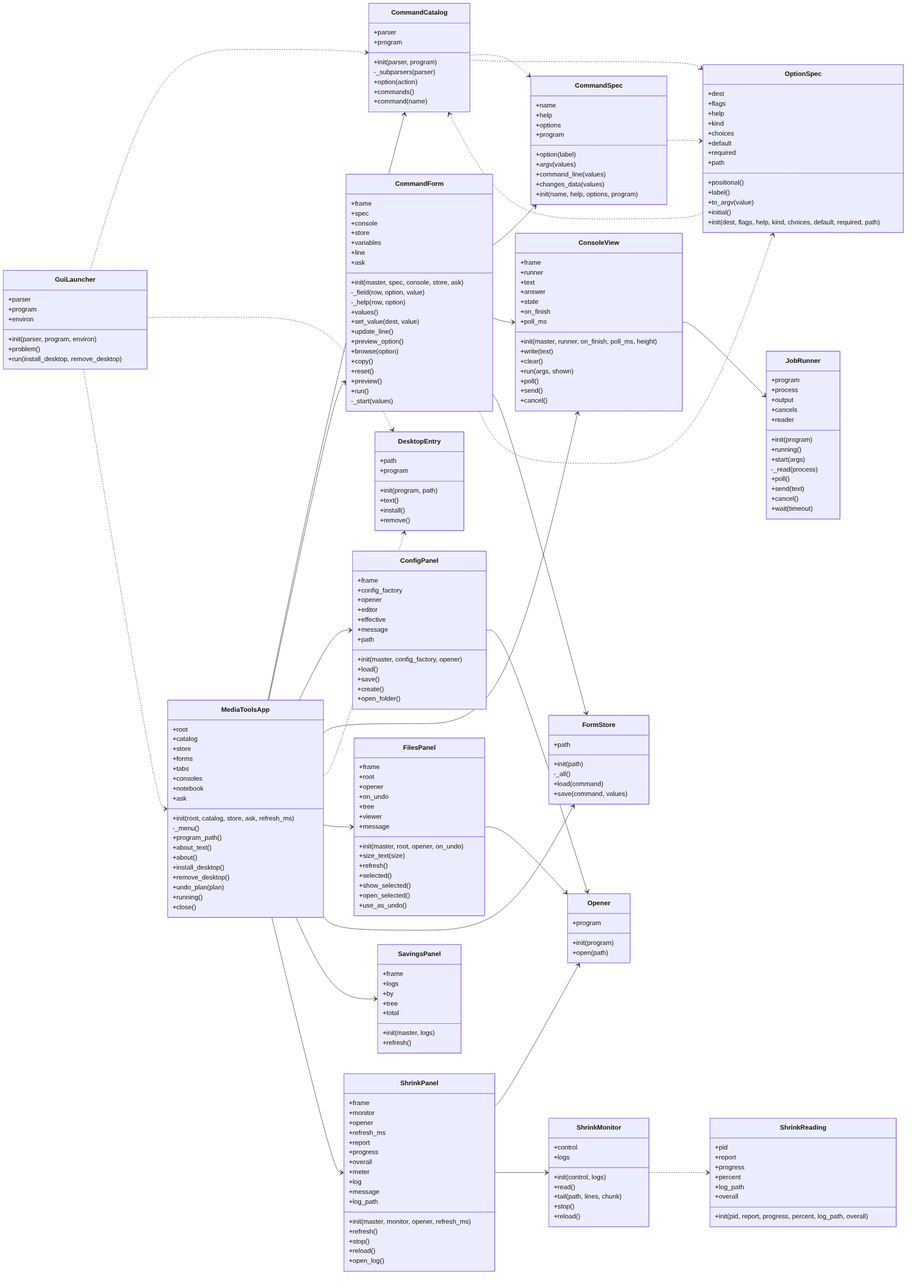
Before: docs/img/uml_gui.png, a diagram exported from Mermaid (peddanet/mediatools). Its source is kept beside it as docs/img/uml_gui.mmd.
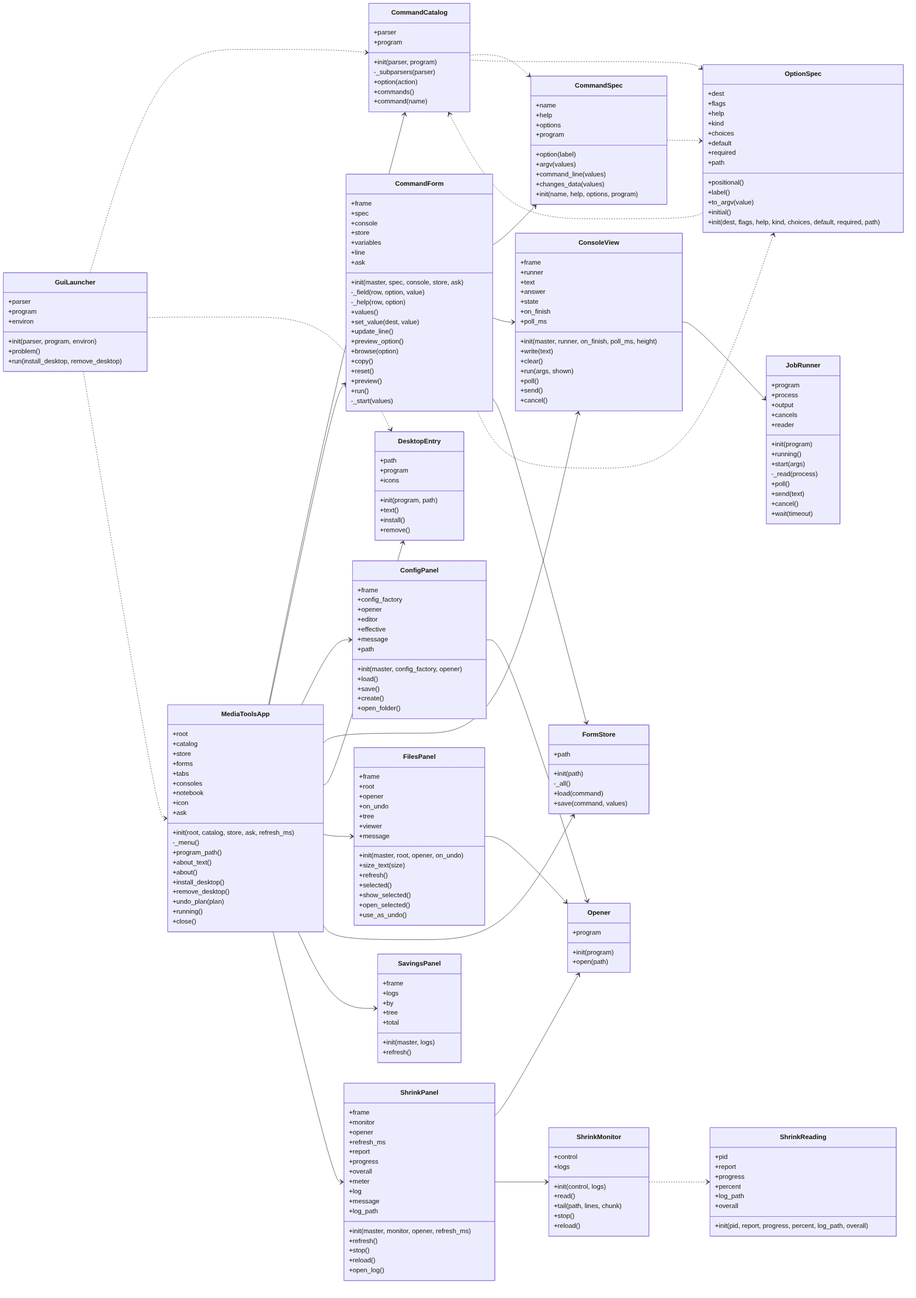
After the change.

The edit, as a diff of the source:
```diff
@@ -8,6 +8,7 @@
     +tabs
     +consoles
     +notebook
+    +icon
     +ask
     +init(root, catalog, store, ask, refresh_ms)
     -_menu()
@@ -95,6 +96,7 @@
   class DesktopEntry {
     +path
     +program
+    +icons
     +init(program, path)
     +text()
     +install()
@@ -215,7 +217,7 @@
   MediaToolsApp --> CommandForm
   MediaToolsApp --> ConfigPanel
   MediaToolsApp --> ConsoleView
-  MediaToolsApp ..> DesktopEntry
+  MediaToolsApp --> DesktopEntry
   MediaToolsApp --> FilesPanel
   MediaToolsApp --> FormStore
   MediaToolsApp --> SavingsPanel
```
